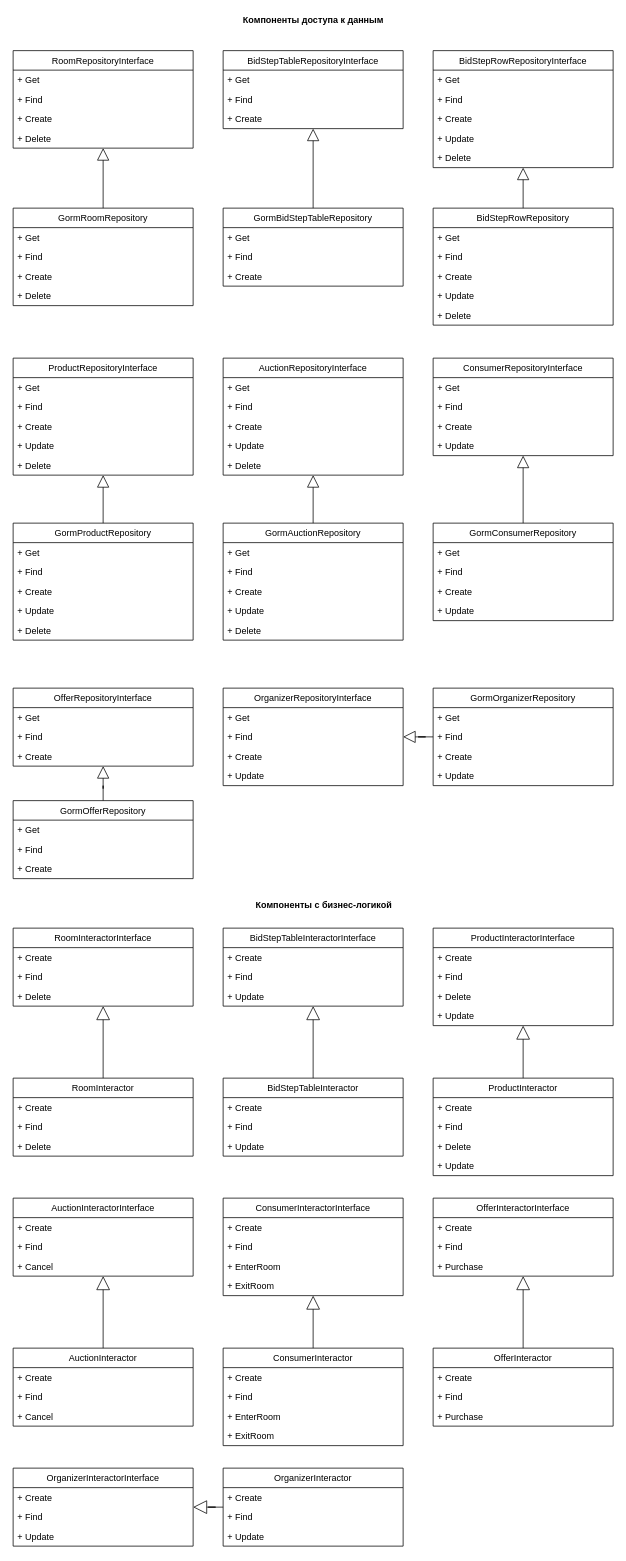
Earlier version of the draw.io diagram docs/uml-lab02-2.drawio (maxhha/iu7-2022-sd-labs). Source tidied: cells renumbered, new cells numbered last; positions are measured from the earlier drawing's top-left corner, leaving out a move shared by most shapes. Both pictures are drawn from the tidied source at 75%, with x=0, y=0 at pixel (13, 13).
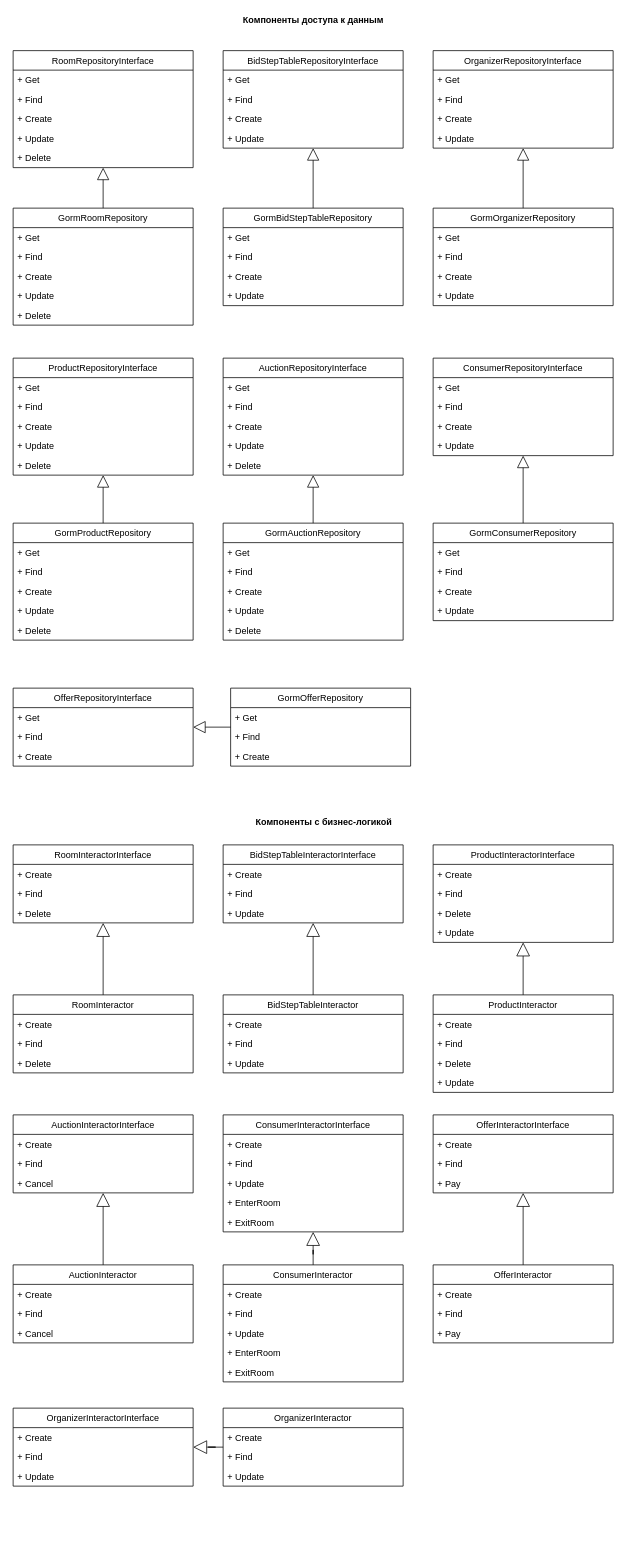
After the change.

Diff of the diagram source:
```diff
@@
     <mxCell id="2" value="RoomRepositoryInterface" style="swimlane;fontStyle=0;horizontal=1;startSize=26;fillColor=none;" parent="1" vertex="1">
-      <mxGeometry y="50" width="240" height="130" as="geometry" />
+      <mxGeometry y="50" width="240" height="156" as="geometry" />
     </mxCell>
@@
+    <mxCell id="161" value="+ Update" style="text;strokeColor=none;fillColor=none;align=left;verticalAlign=top;spacingLeft=4;spacingRight=4;overflow=hidden;" parent="2" vertex="1">
+      <mxGeometry y="104" width="240" height="26" as="geometry" />
+    </mxCell>
     <mxCell id="6" value="+ Delete" style="text;strokeColor=none;fillColor=none;align=left;verticalAlign=top;spacingLeft=4;spacingRight=4;overflow=hidden;" parent="2" vertex="1">
-      <mxGeometry y="104" width="240" height="26" as="geometry" />
+      <mxGeometry y="130" width="240" height="26" as="geometry" />
     </mxCell>
@@
     <mxCell id="8" value="GormRoomRepository" style="swimlane;fontStyle=0;horizontal=1;startSize=26;fillColor=none;" parent="1" vertex="1">
-      <mxGeometry y="260" width="240" height="130" as="geometry" />
+      <mxGeometry y="260" width="240" height="156" as="geometry" />
     </mxCell>
@@
+    <mxCell id="162" value="+ Update" style="text;strokeColor=none;fillColor=none;align=left;verticalAlign=top;spacingLeft=4;spacingRight=4;overflow=hidden;" parent="8" vertex="1">
+      <mxGeometry y="104" width="240" height="26" as="geometry" />
+    </mxCell>
     <mxCell id="12" value="+ Delete" style="text;strokeColor=none;fillColor=none;align=left;verticalAlign=top;spacingLeft=4;spacingRight=4;overflow=hidden;" parent="8" vertex="1">
-      <mxGeometry y="104" width="240" height="26" as="geometry" />
+      <mxGeometry y="130" width="240" height="26" as="geometry" />
     </mxCell>
     <mxCell id="13" value="BidStepTableRepositoryInterface" style="swimlane;fontStyle=0;horizontal=1;startSize=26;fillColor=none;" parent="1" vertex="1">
-      <mxGeometry x="280" y="50" width="240" height="104" as="geometry" />
+      <mxGeometry x="280" y="50" width="240" height="130" as="geometry" />
     </mxCell>
@@
+    <mxCell id="163" value="+ Update" style="text;strokeColor=none;fillColor=none;align=left;verticalAlign=top;spacingLeft=4;spacingRight=4;overflow=hidden;" parent="13" vertex="1">
+      <mxGeometry y="104" width="240" height="26" as="geometry" />
+    </mxCell>
@@
     <mxCell id="18" value="GormBidStepTableRepository" style="swimlane;fontStyle=0;horizontal=1;startSize=26;fillColor=none;" parent="1" vertex="1">
-      <mxGeometry x="280" y="260" width="240" height="104" as="geometry" />
+      <mxGeometry x="280" y="260" width="240" height="130" as="geometry" />
     </mxCell>
@@
-    <mxCell id="22" value="BidStepRowRepositoryInterface" style="swimlane;fontStyle=0;horizontal=1;startSize=26;fillColor=none;" parent="1" vertex="1">
-      <mxGeometry x="560" y="50" width="240" height="156" as="geometry" />
-    </mxCell>
-    <mxCell id="23" value="+ Get" style="text;strokeColor=none;fillColor=none;align=left;verticalAlign=top;spacingLeft=4;spacingRight=4;overflow=hidden;" parent="22" vertex="1">
-      <mxGeometry y="26" width="240" height="26" as="geometry" />
-    </mxCell>
-    <mxCell id="24" value="+ Find" style="text;strokeColor=none;fillColor=none;align=left;verticalAlign=top;spacingLeft=4;spacingRight=4;overflow=hidden;" parent="22" vertex="1">
-      <mxGeometry y="52" width="240" height="26" as="geometry" />
-    </mxCell>
-    <mxCell id="25" value="+ Create" style="text;strokeColor=none;fillColor=none;align=left;verticalAlign=top;spacingLeft=4;spacingRight=4;overflow=hidden;" parent="22" vertex="1">
-      <mxGeometry y="78" width="240" height="26" as="geometry" />
-    </mxCell>
-    <mxCell id="26" value="+ Update" style="text;strokeColor=none;fillColor=none;align=left;verticalAlign=top;spacingLeft=4;spacingRight=4;overflow=hidden;" parent="22" vertex="1">
-      <mxGeometry y="104" width="240" height="26" as="geometry" />
-    </mxCell>
-    <mxCell id="27" value="+ Delete" style="text;strokeColor=none;fillColor=none;align=left;verticalAlign=top;spacingLeft=4;spacingRight=4;overflow=hidden;" parent="22" vertex="1">
-      <mxGeometry y="130" width="240" height="26" as="geometry" />
-    </mxCell>
-    <mxCell id="28" style="edgeStyle=orthogonalEdgeStyle;rounded=0;jettySize=auto;html=1;endArrow=block;endFill=0;endSize=14;" parent="1" edge="1" source="29" target="22">
-      <mxGeometry relative="1" as="geometry" />
-    </mxCell>
-    <mxCell id="29" value="BidStepRowRepository" style="swimlane;fontStyle=0;horizontal=1;startSize=26;fillColor=none;" parent="1" vertex="1">
-      <mxGeometry x="560" y="260" width="240" height="156" as="geometry" />
-    </mxCell>
-    <mxCell id="30" value="+ Get" style="text;strokeColor=none;fillColor=none;align=left;verticalAlign=top;spacingLeft=4;spacingRight=4;overflow=hidden;" parent="29" vertex="1">
-      <mxGeometry y="26" width="240" height="26" as="geometry" />
-    </mxCell>
-    <mxCell id="31" value="+ Find" style="text;strokeColor=none;fillColor=none;align=left;verticalAlign=top;spacingLeft=4;spacingRight=4;overflow=hidden;" parent="29" vertex="1">
-      <mxGeometry y="52" width="240" height="26" as="geometry" />
-    </mxCell>
-    <mxCell id="32" value="+ Create" style="text;strokeColor=none;fillColor=none;align=left;verticalAlign=top;spacingLeft=4;spacingRight=4;overflow=hidden;" parent="29" vertex="1">
-      <mxGeometry y="78" width="240" height="26" as="geometry" />
-    </mxCell>
-    <mxCell id="33" value="+ Update" style="text;strokeColor=none;fillColor=none;align=left;verticalAlign=top;spacingLeft=4;spacingRight=4;overflow=hidden;" parent="29" vertex="1">
-      <mxGeometry y="104" width="240" height="26" as="geometry" />
-    </mxCell>
-    <mxCell id="34" value="+ Delete" style="text;strokeColor=none;fillColor=none;align=left;verticalAlign=top;spacingLeft=4;spacingRight=4;overflow=hidden;" parent="29" vertex="1">
-      <mxGeometry y="130" width="240" height="26" as="geometry" />
-    </mxCell>
+    <mxCell id="164" value="+ Update" style="text;strokeColor=none;fillColor=none;align=left;verticalAlign=top;spacingLeft=4;spacingRight=4;overflow=hidden;" parent="18" vertex="1">
+      <mxGeometry y="104" width="240" height="26" as="geometry" />
+    </mxCell>
@@
     <mxCell id="77" value="GormOfferRepository" style="swimlane;fontStyle=0;horizontal=1;startSize=26;fillColor=none;" parent="1" vertex="1">
-      <mxGeometry y="1050" width="240" height="104" as="geometry" />
+      <mxGeometry x="290" y="900" width="240" height="104" as="geometry" />
     </mxCell>
@@
     <mxCell id="82" value="&lt;b&gt;Компоненты с бизнес-логикой&lt;/b&gt;" style="text;html=1;align=center;verticalAlign=middle;strokeColor=none;fillColor=none;" parent="1" vertex="1">
-      <mxGeometry x="314" y="1180" width="200" height="20" as="geometry" />
+      <mxGeometry x="314" y="1069" width="200" height="20" as="geometry" />
     </mxCell>
     <mxCell id="83" value="RoomInteractorInterface" style="swimlane;fontStyle=0;horizontal=1;startSize=26;fillColor=none;" parent="1" vertex="1">
-      <mxGeometry y="1220" width="240" height="104" as="geometry" />
+      <mxGeometry y="1109" width="240" height="104" as="geometry" />
     </mxCell>
@@
     <mxCell id="87" value="BidStepTableInteractorInterface" style="swimlane;fontStyle=0;horizontal=1;startSize=26;fillColor=none;" parent="1" vertex="1">
-      <mxGeometry x="280" y="1220" width="240" height="104" as="geometry" />
+      <mxGeometry x="280" y="1109" width="240" height="104" as="geometry" />
     </mxCell>
@@
     <mxCell id="91" value="ProductInteractorInterface" style="swimlane;fontStyle=0;horizontal=1;startSize=26;fillColor=none;" parent="1" vertex="1">
-      <mxGeometry x="560" y="1220" width="240" height="130" as="geometry" />
+      <mxGeometry x="560" y="1109" width="240" height="130" as="geometry" />
     </mxCell>
@@
     <mxCell id="96" value="AuctionInteractorInterface" style="swimlane;fontStyle=0;horizontal=1;startSize=26;fillColor=none;" parent="1" vertex="1">
-      <mxGeometry y="1580" width="240" height="104" as="geometry" />
+      <mxGeometry y="1469" width="240" height="104" as="geometry" />
     </mxCell>
@@
     <mxCell id="100" value="ConsumerInteractorInterface" style="swimlane;fontStyle=0;horizontal=1;startSize=26;fillColor=none;" parent="1" vertex="1">
-      <mxGeometry x="280" y="1580" width="240" height="130" as="geometry" />
+      <mxGeometry x="280" y="1469" width="240" height="156" as="geometry" />
     </mxCell>
@@
+    <mxCell id="165" value="+ Update" style="text;strokeColor=none;fillColor=none;align=left;verticalAlign=top;spacingLeft=4;spacingRight=4;overflow=hidden;" parent="100" vertex="1">
+      <mxGeometry y="78" width="240" height="26" as="geometry" />
+    </mxCell>
     <mxCell id="103" value="+ EnterRoom" style="text;strokeColor=none;fillColor=none;align=left;verticalAlign=top;spacingLeft=4;spacingRight=4;overflow=hidden;" parent="100" vertex="1">
-      <mxGeometry y="78" width="240" height="26" as="geometry" />
+      <mxGeometry y="104" width="240" height="26" as="geometry" />
     </mxCell>
     <mxCell id="104" value="+ ExitRoom" style="text;strokeColor=none;fillColor=none;align=left;verticalAlign=top;spacingLeft=4;spacingRight=4;overflow=hidden;" parent="100" vertex="1">
-      <mxGeometry y="104" width="240" height="26" as="geometry" />
+      <mxGeometry y="130" width="240" height="26" as="geometry" />
     </mxCell>
     <mxCell id="105" value="OrganizerRepositoryInterface" style="swimlane;fontStyle=0;horizontal=1;startSize=26;fillColor=none;" parent="1" vertex="1">
-      <mxGeometry x="280" y="900" width="240" height="130" as="geometry" />
+      <mxGeometry x="560" y="50" width="240" height="130" as="geometry" />
     </mxCell>
@@
     <mxCell id="111" value="GormOrganizerRepository" style="swimlane;fontStyle=0;horizontal=1;startSize=26;fillColor=none;" parent="1" vertex="1">
-      <mxGeometry x="560" y="900" width="240" height="130" as="geometry" />
+      <mxGeometry x="560" y="260" width="240" height="130" as="geometry" />
     </mxCell>
@@
     <mxCell id="116" value="OfferInteractorInterface" style="swimlane;fontStyle=0;horizontal=1;startSize=26;fillColor=none;" parent="1" vertex="1">
-      <mxGeometry x="560" y="1580" width="240" height="104" as="geometry" />
+      <mxGeometry x="560" y="1469" width="240" height="104" as="geometry" />
     </mxCell>
@@
-    <mxCell id="119" value="+ Purchase" style="text;strokeColor=none;fillColor=none;align=left;verticalAlign=top;spacingLeft=4;spacingRight=4;overflow=hidden;" parent="116" vertex="1">
+    <mxCell id="119" value="+ Pay" style="text;strokeColor=none;fillColor=none;align=left;verticalAlign=top;spacingLeft=4;spacingRight=4;overflow=hidden;" parent="116" vertex="1">
       <mxGeometry y="78" width="240" height="26" as="geometry" />
     </mxCell>
     <mxCell id="120" value="OrganizerInteractorInterface" style="swimlane;fontStyle=0;horizontal=1;startSize=26;fillColor=none;" parent="1" vertex="1">
-      <mxGeometry y="1940" width="240" height="104" as="geometry" />
+      <mxGeometry y="1860" width="240" height="104" as="geometry" />
     </mxCell>
@@
     <mxCell id="125" value="OrganizerInteractor" style="swimlane;fontStyle=0;horizontal=1;startSize=26;fillColor=none;" parent="1" vertex="1">
-      <mxGeometry x="280" y="1940" width="240" height="104" as="geometry" />
+      <mxGeometry x="280" y="1860" width="240" height="104" as="geometry" />
     </mxCell>
@@
     <mxCell id="130" value="AuctionInteractor" style="swimlane;fontStyle=0;horizontal=1;startSize=26;fillColor=none;" parent="1" vertex="1">
-      <mxGeometry y="1780" width="240" height="104" as="geometry" />
+      <mxGeometry y="1669" width="240" height="104" as="geometry" />
     </mxCell>
@@
     <mxCell id="135" value="ConsumerInteractor" style="swimlane;fontStyle=0;horizontal=1;startSize=26;fillColor=none;" parent="1" vertex="1">
-      <mxGeometry x="280" y="1780" width="240" height="130" as="geometry" />
+      <mxGeometry x="280" y="1669" width="240" height="156" as="geometry" />
     </mxCell>
@@
+    <mxCell id="166" value="+ Update" style="text;strokeColor=none;fillColor=none;align=left;verticalAlign=top;spacingLeft=4;spacingRight=4;overflow=hidden;" parent="135" vertex="1">
+      <mxGeometry y="78" width="240" height="26" as="geometry" />
+    </mxCell>
     <mxCell id="138" value="+ EnterRoom" style="text;strokeColor=none;fillColor=none;align=left;verticalAlign=top;spacingLeft=4;spacingRight=4;overflow=hidden;" parent="135" vertex="1">
-      <mxGeometry y="78" width="240" height="26" as="geometry" />
+      <mxGeometry y="104" width="240" height="26" as="geometry" />
     </mxCell>
     <mxCell id="139" value="+ ExitRoom" style="text;strokeColor=none;fillColor=none;align=left;verticalAlign=top;spacingLeft=4;spacingRight=4;overflow=hidden;" parent="135" vertex="1">
-      <mxGeometry y="104" width="240" height="26" as="geometry" />
+      <mxGeometry y="130" width="240" height="26" as="geometry" />
     </mxCell>
@@
     <mxCell id="141" value="OfferInteractor" style="swimlane;fontStyle=0;horizontal=1;startSize=26;fillColor=none;" parent="1" vertex="1">
-      <mxGeometry x="560" y="1780" width="240" height="104" as="geometry" />
+      <mxGeometry x="560" y="1669" width="240" height="104" as="geometry" />
     </mxCell>
@@
-    <mxCell id="144" value="+ Purchase" style="text;strokeColor=none;fillColor=none;align=left;verticalAlign=top;spacingLeft=4;spacingRight=4;overflow=hidden;" parent="141" vertex="1">
+    <mxCell id="144" value="+ Pay" style="text;strokeColor=none;fillColor=none;align=left;verticalAlign=top;spacingLeft=4;spacingRight=4;overflow=hidden;" parent="141" vertex="1">
       <mxGeometry y="78" width="240" height="26" as="geometry" />
     </mxCell>
@@
     <mxCell id="146" value="RoomInteractor" style="swimlane;fontStyle=0;horizontal=1;startSize=26;fillColor=none;" parent="1" vertex="1">
-      <mxGeometry y="1420" width="240" height="104" as="geometry" />
+      <mxGeometry y="1309" width="240" height="104" as="geometry" />
     </mxCell>
@@
     <mxCell id="151" value="BidStepTableInteractor" style="swimlane;fontStyle=0;horizontal=1;startSize=26;fillColor=none;" parent="1" vertex="1">
-      <mxGeometry x="280" y="1420" width="240" height="104" as="geometry" />
+      <mxGeometry x="280" y="1309" width="240" height="104" as="geometry" />
     </mxCell>
@@
     <mxCell id="156" value="ProductInteractor" style="swimlane;fontStyle=0;horizontal=1;startSize=26;fillColor=none;" parent="1" vertex="1">
-      <mxGeometry x="560" y="1420" width="240" height="130" as="geometry" />
+      <mxGeometry x="560" y="1309" width="240" height="130" as="geometry" />
     </mxCell>
```
